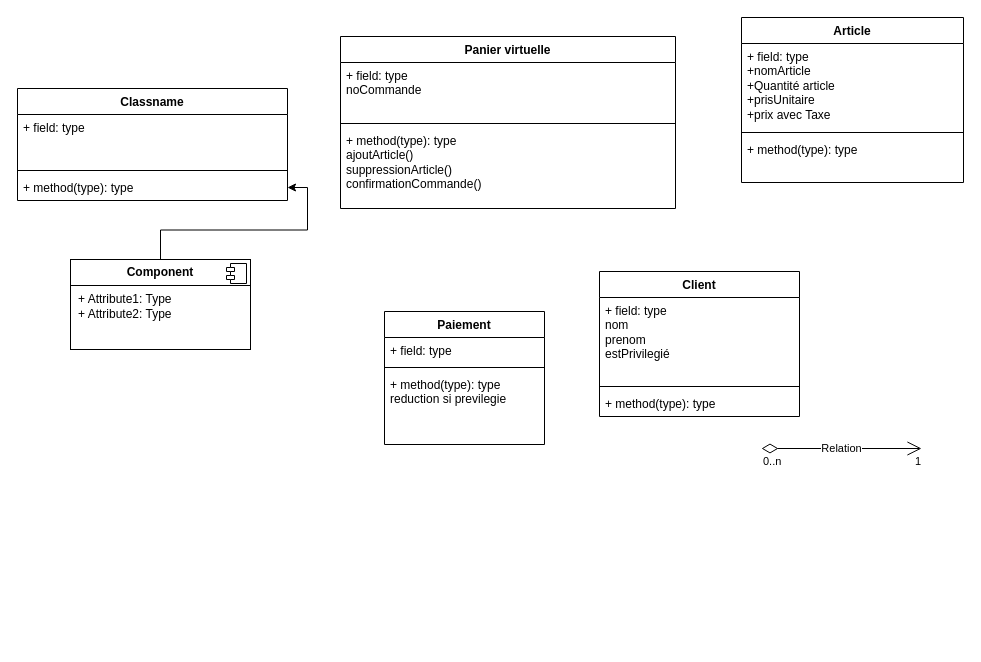
This is page "Page-1" (1 of 2) of TP4.drawio from franck-code/tests, a draw.io file, before an edit. Source tidied: cells renumbered, new cells numbered last; positions are measured from the earlier drawing's top-left corner, leaving out a move shared by most shapes. Both pictures are drawn from the tidied source at 100%, with x=0, y=0 at pixel (17, 17).
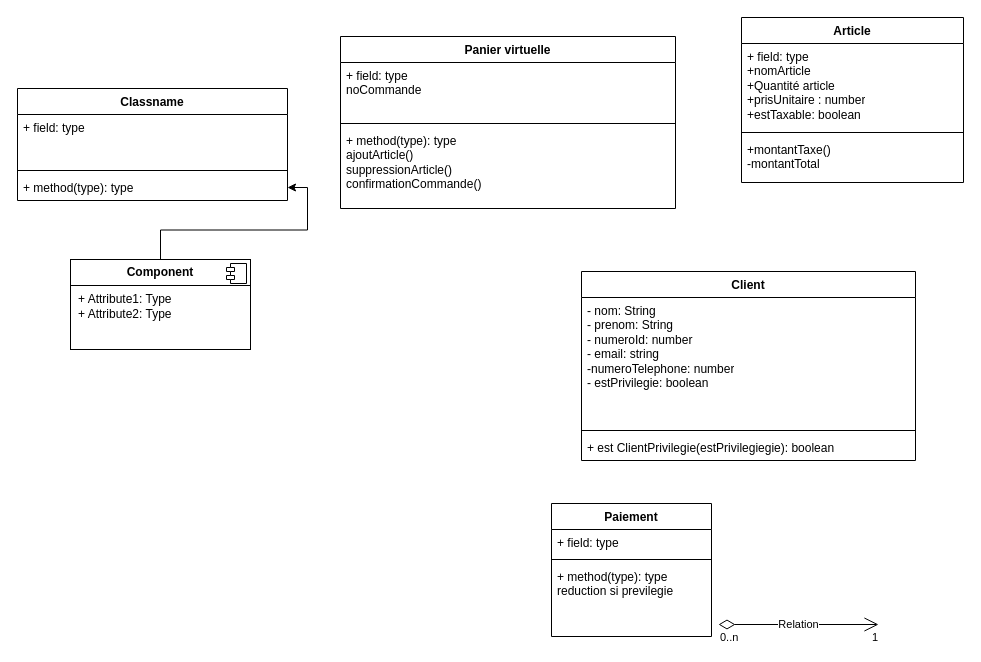
Above is the later version.

The change refers to these unchanged cells:
```xml
<mxCell id="2" value="Article" style="swimlane;fontStyle=1;align=center;verticalAlign=top;horizontal=1;startSize=26;whiteSpace=wrap;html=1;" parent="1" vertex="1">
  <mxGeometry x="724" width="222" height="165" as="geometry" />
</mxCell>
```

Diff of the diagram source:
```diff
@@
-    <mxCell id="3" value="+ field: type&lt;div&gt;+nomArticle&lt;br&gt;+Quantité article&lt;br&gt;+prisUnitaire&lt;br&gt;+prix avec Taxe&lt;br&gt;&lt;br&gt;&lt;/div&gt;" style="text;strokeColor=none;fillColor=none;align=left;verticalAlign=top;spacingLeft=4;spacingRight=4;overflow=hidden;whiteSpace=wrap;html=1;" parent="2" vertex="1">
+    <mxCell id="3" value="+ field: type&lt;div&gt;+nomArticle&lt;br&gt;+Quantité article&lt;br&gt;+prisUnitaire : number&lt;br&gt;+estTaxable: boolean&lt;br&gt;&lt;br&gt;&lt;/div&gt;" style="text;strokeColor=none;fillColor=none;align=left;verticalAlign=top;spacingLeft=4;spacingRight=4;overflow=hidden;whiteSpace=wrap;html=1;" parent="2" vertex="1">
       <mxGeometry y="26" width="222" height="85" as="geometry" />
     </mxCell>
@@
-    <mxCell id="5" value="+ method(type): type" style="text;strokeColor=none;fillColor=none;align=left;verticalAlign=top;spacingLeft=4;spacingRight=4;overflow=hidden;whiteSpace=wrap;html=1;" parent="2" vertex="1">
+    <mxCell id="5" value="+montantTaxe()&lt;div&gt;-montantTotal&lt;/div&gt;" style="text;strokeColor=none;fillColor=none;align=left;verticalAlign=top;spacingLeft=4;spacingRight=4;overflow=hidden;whiteSpace=wrap;html=1;" parent="2" vertex="1">
       <mxGeometry y="119" width="222" height="46" as="geometry" />
     </mxCell>
     <mxCell id="6" value="Client" style="swimlane;fontStyle=1;align=center;verticalAlign=top;horizontal=1;startSize=26;whiteSpace=wrap;html=1;" parent="1" vertex="1">
-      <mxGeometry x="582" y="254" width="200" height="145" as="geometry" />
+      <mxGeometry x="564" y="254" width="334" height="189" as="geometry" />
     </mxCell>
-    <mxCell id="7" value="+ field: type&lt;div&gt;nom&lt;/div&gt;&lt;div&gt;prenom&lt;br&gt;&lt;div&gt;estPrivilegié&lt;/div&gt;&lt;/div&gt;" style="text;strokeColor=none;fillColor=none;align=left;verticalAlign=top;spacingLeft=4;spacingRight=4;overflow=hidden;whiteSpace=wrap;html=1;" parent="6" vertex="1">
-      <mxGeometry y="26" width="200" height="85" as="geometry" />
+    <mxCell id="7" value="&lt;div&gt;&lt;div&gt;- nom: String&lt;/div&gt;&lt;/div&gt;&lt;div&gt;- prenom: String&lt;br&gt;- numeroId: number&lt;/div&gt;&lt;div&gt;- email: string&lt;/div&gt;&lt;div&gt;-numeroTelephone: number&lt;/div&gt;&lt;div&gt;- estPrivilegie: boolean&lt;/div&gt;" style="text;strokeColor=none;fillColor=none;align=left;verticalAlign=top;spacingLeft=4;spacingRight=4;overflow=hidden;whiteSpace=wrap;html=1;" parent="6" vertex="1">
+      <mxGeometry y="26" width="334" height="129" as="geometry" />
     </mxCell>
     <mxCell id="8" style="line;strokeWidth=1;fillColor=none;align=left;verticalAlign=middle;spacingTop=-1;spacingLeft=3;spacingRight=3;labelPosition=right;strokeColor=inherit;" parent="6" vertex="1">
-      <mxGeometry y="111" width="200" height="8" as="geometry" />
+      <mxGeometry y="155" width="334" height="8" as="geometry" />
     </mxCell>
-    <mxCell id="9" value="+ method(type): type" style="text;strokeColor=none;fillColor=none;align=left;verticalAlign=top;spacingLeft=4;spacingRight=4;overflow=hidden;whiteSpace=wrap;html=1;" parent="6" vertex="1">
-      <mxGeometry y="119" width="200" height="26" as="geometry" />
+    <mxCell id="9" value="+ est ClientPrivilegie(estPrivilegiegie): boolean" style="text;strokeColor=none;fillColor=none;align=left;verticalAlign=top;spacingLeft=4;spacingRight=4;overflow=hidden;whiteSpace=wrap;html=1;" parent="6" vertex="1">
+      <mxGeometry y="163" width="334" height="26" as="geometry" />
     </mxCell>
@@
     <mxCell id="14" value="Paiement" style="swimlane;fontStyle=1;align=center;verticalAlign=top;horizontal=1;startSize=26;whiteSpace=wrap;html=1;" parent="1" vertex="1">
-      <mxGeometry x="367" y="294" width="160" height="133" as="geometry" />
+      <mxGeometry x="534" y="486" width="160" height="133" as="geometry" />
     </mxCell>
@@
     <mxCell id="22" value="Relation" style="endArrow=open;html=1;endSize=12;startArrow=diamondThin;startSize=14;startFill=0;edgeStyle=orthogonalEdgeStyle;rounded=0;" parent="1" edge="1">
       <mxGeometry relative="1" as="geometry">
-        <mxPoint x="744" y="431" as="sourcePoint" />
-        <mxPoint x="904" y="431" as="targetPoint" />
+        <mxPoint x="701" y="607" as="sourcePoint" />
+        <mxPoint x="861" y="607" as="targetPoint" />
       </mxGeometry>
     </mxCell>
```
